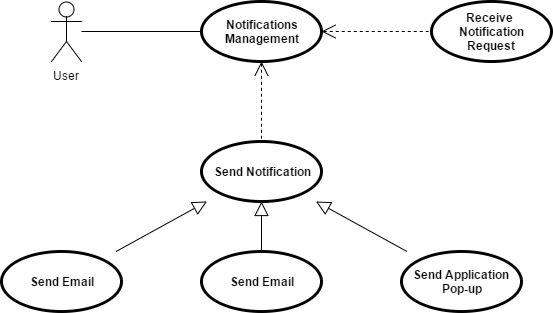
This is Notification-UseCaseDiagram.png from FredJEhlers/Matlab, a draw.io export, as it was before one commit. Source tidied: cells renumbered, new cells last; positions are measured from the earlier drawing's top-left corner, leaving out a move shared by most shapes.
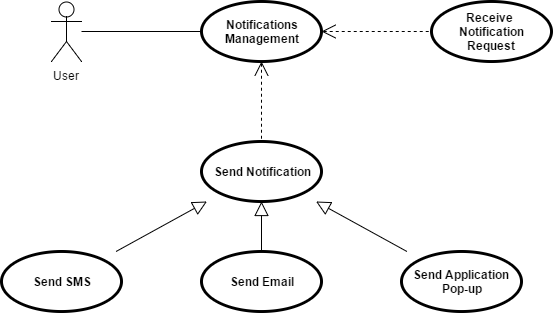
Above is the later version.

Commit message:
Use Case Diagram fixed

The edit, as a diff of the source:
```diff
@@ -14,7 +14,7 @@
     <mxCell id="5" value="Send Notification" style="shape=ellipse;html=1;strokeWidth=3;fontStyle=1;whiteSpace=wrap;align=center;" parent="1" vertex="1">
       <mxGeometry x="200" y="140" width="120" height="60" as="geometry" />
     </mxCell>
-    <mxCell id="6" value="Send Email" style="shape=ellipse;html=1;strokeWidth=3;fontStyle=1;whiteSpace=wrap;align=center;" parent="1" vertex="1">
+    <mxCell id="6" value="Send SMS" style="shape=ellipse;html=1;strokeWidth=3;fontStyle=1;whiteSpace=wrap;align=center;" parent="1" vertex="1">
       <mxGeometry y="250" width="120" height="60" as="geometry" />
     </mxCell>
     <mxCell id="7" value="Send Email" style="shape=ellipse;html=1;strokeWidth=3;fontStyle=1;whiteSpace=wrap;align=center;" parent="1" vertex="1">
```
